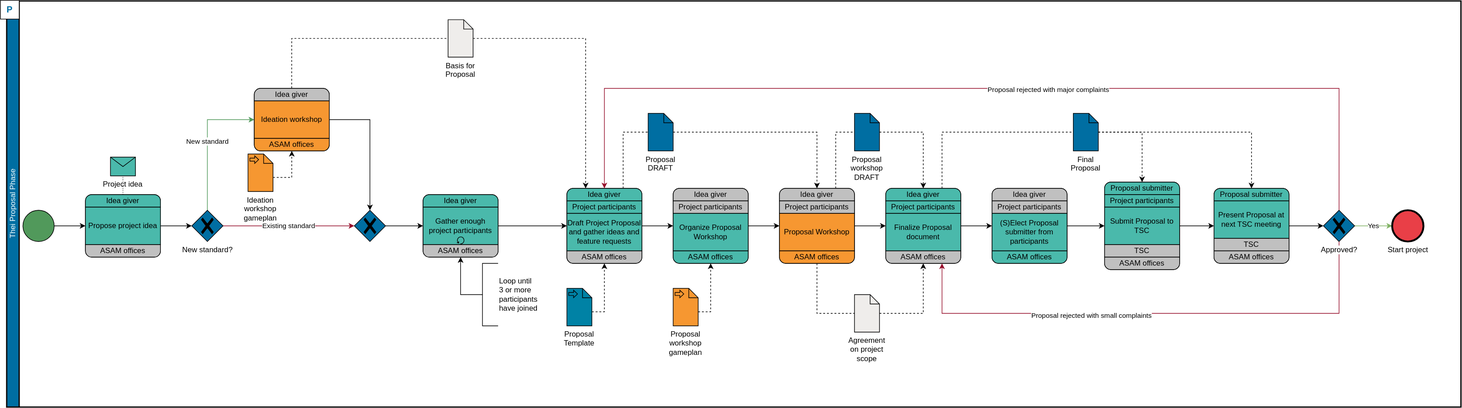
This is doc/modules/standardization/assets/images/proposal_phase_v2.drawio.svg from asam-ev/asam-project-guide, a draw.io export, as it was before one commit. Source tidied: cells renumbered, new cells last; positions are measured from the earlier drawing's top-left corner, leaving out a move shared by most shapes.
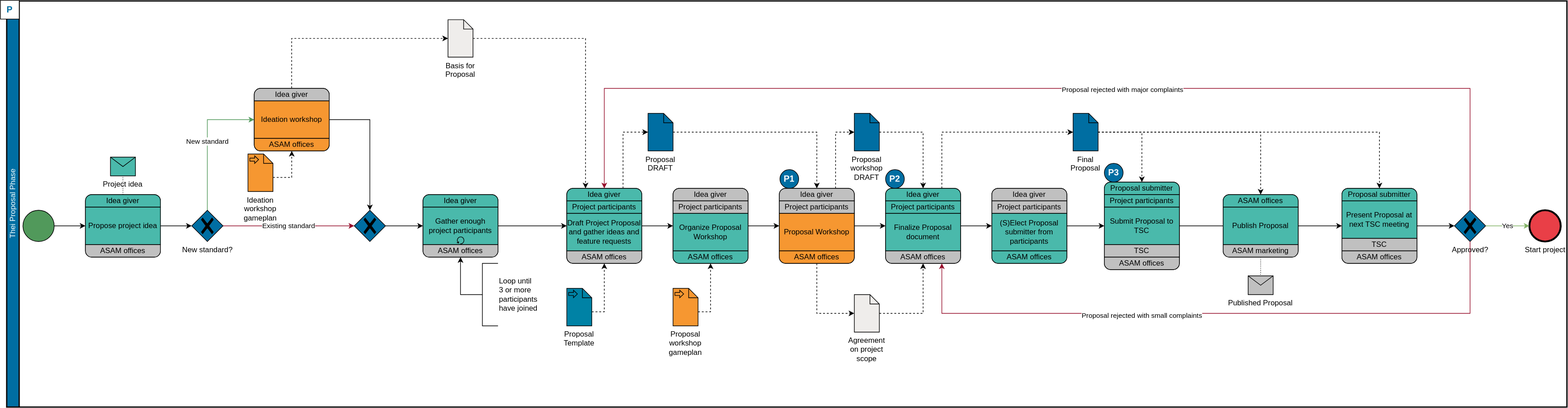
After the change.

What changed in the source:
```diff
@@ -3,11 +3,68 @@
     <mxCell id="0" />
     <mxCell id="1" parent="0" />
     <mxCell id="2" value="Thei Proposal Phase" style="swimlane;html=1;startSize=20;fontStyle=0;horizontal=0;swimlaneLine=1;swimlaneFillColor=#ffffff;strokeWidth=2;fillColor=#006EA2;fontColor=#F5FDFF;" parent="1" vertex="1">
-      <mxGeometry x="10" y="1" width="2326" height="650" as="geometry" />
+      <mxGeometry x="10" y="1" width="2496" height="650" as="geometry" />
     </mxCell>
     <mxCell id="3" value="P" style="whiteSpace=wrap;html=1;fontColor=#006EA2;fillColor=#FFFFFF;fontSize=14;fontStyle=1;" parent="2" vertex="1">
       <mxGeometry x="-10" y="-1" width="30" height="30" as="geometry" />
     </mxCell>
+    <mxCell id="102" value="P1" style="ellipse;whiteSpace=wrap;html=1;fontSize=14;fontColor=#FFFFFF;fillColor=#006EA2;fontStyle=1;" parent="2" vertex="1">
+      <mxGeometry x="1237" y="270" width="30" height="30" as="geometry" />
+    </mxCell>
+    <mxCell id="103" value="P2" style="ellipse;whiteSpace=wrap;html=1;fontSize=14;fontColor=#FFFFFF;fillColor=#006EA2;fontStyle=1;" parent="2" vertex="1">
+      <mxGeometry x="1406" y="270" width="30" height="30" as="geometry" />
+    </mxCell>
+    <mxCell id="104" value="P3" style="ellipse;whiteSpace=wrap;html=1;fontSize=14;fontColor=#FFFFFF;fillColor=#006EA2;fontStyle=1;" parent="2" vertex="1">
+      <mxGeometry x="1756" y="260" width="30" height="30" as="geometry" />
+    </mxCell>
+    <mxCell id="101" value="Start project" style="points=[[0.145,0.145,0],[0.5,0,0],[0.855,0.145,0],[1,0.5,0],[0.855,0.855,0],[0.5,1,0],[0.145,0.855,0],[0,0.5,0]];shape=mxgraph.bpmn.event;html=1;verticalLabelPosition=bottom;labelBackgroundColor=#ffffff;verticalAlign=top;align=center;perimeter=ellipsePerimeter;outlineConnect=0;outline=end;symbol=terminate2;fillColor=#E93F47;" parent="2" vertex="1">
+      <mxGeometry x="2436" y="335" width="50" height="50" as="geometry" />
+    </mxCell>
+    <mxCell id="100" value="Approved?" style="points=[[0.25,0.25,0],[0.5,0,0],[0.75,0.25,0],[1,0.5,0],[0.75,0.75,0],[0.5,1,0],[0.25,0.75,0],[0,0.5,0]];shape=mxgraph.bpmn.gateway2;html=1;verticalLabelPosition=bottom;labelBackgroundColor=#ffffff;verticalAlign=top;align=center;perimeter=rhombusPerimeter;outlineConnect=0;outline=none;symbol=none;gwType=exclusive;fillColor=#006EA2;" parent="2" vertex="1">
+      <mxGeometry x="2316" y="335" width="50" height="50" as="geometry" />
+    </mxCell>
+    <mxCell id="95" value="Yes" style="edgeStyle=orthogonalEdgeStyle;rounded=0;jettySize=auto;html=1;exitX=1;exitY=0.5;exitDx=0;exitDy=0;exitPerimeter=0;fillColor=#d5e8d4;strokeColor=#82b366;startArrow=none;" parent="2" edge="1" source="100" target="101">
+      <mxGeometry relative="1" as="geometry" />
+    </mxCell>
+    <mxCell id="83" value="Draft Project Proposal, gather ideas and feature requests" style="rounded=1;whiteSpace=wrap;html=1;absoluteArcSize=1;arcSize=20;horizontal=1;fillColor=#4AB9AB;" parent="2" vertex="1">
+      <mxGeometry x="2136" y="300" width="120" height="120" as="geometry" />
+    </mxCell>
+    <mxCell id="84" value="Proposal submitter" style="whiteSpace=wrap;html=1;shape=mxgraph.basic.rect;size=10;rectStyle=rounded;bottomRightStyle=square;bottomLeftStyle=square;fillColor=#4AB9AB;" parent="83" vertex="1">
+      <mxGeometry width="120" height="20" as="geometry" />
+    </mxCell>
+    <mxCell id="85" value="Present Proposal at next TSC meeting" style="shape=mxgraph.bpmn.task;taskMarker=abstract;whiteSpace=wrap;fillColor=#4AB9AB;" parent="83" vertex="1">
+      <mxGeometry y="20" width="120" height="60" as="geometry" />
+    </mxCell>
+    <mxCell id="86" value="TSC" style="shape=mxgraph.bpmn.task;taskMarker=abstract;rectStyle=square;fillColor=#C0C0C0;whiteSpace=wrap;" parent="83" vertex="1">
+      <mxGeometry y="80" width="120" height="20" as="geometry" />
+    </mxCell>
+    <mxCell id="87" value="ASAM offices" style="whiteSpace=wrap;html=1;shape=mxgraph.basic.rect;size=10;rectStyle=rounded;topRightStyle=square;topLeftStyle=square;fillColor=#C0C0C0;" parent="83" vertex="1">
+      <mxGeometry y="100" width="120" height="20" as="geometry" />
+    </mxCell>
+    <mxCell id="82" style="edgeStyle=orthogonalEdgeStyle;rounded=0;jettySize=auto;html=1;exitX=1;exitY=0.5;exitDx=0;exitDy=0;" parent="2" edge="1" source="83" target="100">
+      <mxGeometry relative="1" as="geometry" />
+    </mxCell>
+    <mxCell id="105" value="Draft Project Proposal, gather ideas and feature requests" style="rounded=1;whiteSpace=wrap;html=1;absoluteArcSize=1;arcSize=20;horizontal=1;fillColor=#4AB9AB;" parent="2" vertex="1">
+      <mxGeometry x="1946" y="310" width="120" height="100" as="geometry" />
+    </mxCell>
+    <mxCell id="106" value="ASAM offices" style="whiteSpace=wrap;html=1;shape=mxgraph.basic.rect;size=10;rectStyle=rounded;bottomRightStyle=square;bottomLeftStyle=square;fillColor=#4AB9AB;" parent="105" vertex="1">
+      <mxGeometry width="120" height="20" as="geometry" />
+    </mxCell>
+    <mxCell id="107" value="Publish Proposal" style="shape=mxgraph.bpmn.task;taskMarker=abstract;whiteSpace=wrap;fillColor=#4AB9AB;" parent="105" vertex="1">
+      <mxGeometry y="20" width="120" height="60" as="geometry" />
+    </mxCell>
+    <mxCell id="108" value="ASAM marketing" style="whiteSpace=wrap;html=1;shape=mxgraph.basic.rect;size=10;rectStyle=rounded;topRightStyle=square;topLeftStyle=square;fillColor=#C0C0C0;" parent="105" vertex="1">
+      <mxGeometry y="80" width="120" height="20" as="geometry" />
+    </mxCell>
+    <mxCell id="75" style="edgeStyle=orthogonalEdgeStyle;rounded=0;jettySize=auto;html=1;exitX=1;exitY=0.5;exitDx=0;exitDy=0;startArrow=none;" parent="2" edge="1" source="105" target="83">
+      <mxGeometry relative="1" as="geometry" />
+    </mxCell>
+    <mxCell id="109" value="Published Proposal" style="shape=message;fillColor=#C0C0C0;fontSize=12;fontColor=#000000;labelPosition=center;verticalLabelPosition=bottom;align=center;verticalAlign=top;" parent="2" vertex="1">
+      <mxGeometry x="1986" y="440" width="40" height="30" as="geometry" />
+    </mxCell>
+    <mxCell id="110" style="edgeStyle=orthogonalEdgeStyle;html=1;elbow=horizontal;endArrow=none;labelBackgroundColor=none;endSize=12;endFill=0;dashed=1;dashPattern=1 2;exitX=0.5;exitY=1;rounded=0;fontSize=14;fontColor=#FFFFFF;strokeColor=#000000;exitDx=0;exitDy=0;" parent="2" edge="1" source="105" target="109">
+      <mxGeometry relative="1" as="geometry" />
+    </mxCell>
     <mxCell id="4" value="New standard" style="edgeStyle=orthogonalEdgeStyle;rounded=0;jettySize=auto;html=1;exitX=0.5;exitY=0;exitDx=0;exitDy=0;exitPerimeter=0;entryX=0;entryY=0.5;entryDx=0;entryDy=0;fillColor=#d5e8d4;strokeColor=#51995B;" parent="1" edge="1" source="6" target="26">
       <mxGeometry relative="1" as="geometry" />
     </mxCell>
@@ -17,7 +74,7 @@
     <mxCell id="6" value="New standard?" style="points=[[0.25,0.25,0],[0.5,0,0],[0.75,0.25,0],[1,0.5,0],[0.75,0.75,0],[0.5,1,0],[0.25,0.75,0],[0,0.5,0]];shape=mxgraph.bpmn.gateway2;html=1;verticalLabelPosition=bottom;labelBackgroundColor=#ffffff;verticalAlign=top;align=center;perimeter=rhombusPerimeter;outlineConnect=0;outline=none;symbol=none;gwType=exclusive;fillColor=#006EA2;" parent="1" vertex="1">
       <mxGeometry x="306" y="336" width="50" height="50" as="geometry" />
     </mxCell>
-    <mxCell id="7" style="edgeStyle=orthogonalEdgeStyle;rounded=0;jettySize=auto;html=1;entryX=0;entryY=0.5;entryDx=0;entryDy=0;entryPerimeter=0;exitX=0.499;exitY=-0.018;exitDx=0;exitDy=0;exitPerimeter=0;dashed=1;endArrow=none;endFill=0;" parent="1" edge="1" source="27" target="15">
+    <mxCell id="7" style="edgeStyle=orthogonalEdgeStyle;rounded=0;jettySize=auto;html=1;entryX=0;entryY=0.5;entryDx=0;entryDy=0;entryPerimeter=0;exitX=0.499;exitY=-0.018;exitDx=0;exitDy=0;exitPerimeter=0;dashed=1;endArrow=classic;endFill=1;" parent="1" edge="1" source="27" target="15">
       <mxGeometry relative="1" as="geometry" />
     </mxCell>
     <mxCell id="8" style="edgeStyle=orthogonalEdgeStyle;rounded=0;jettySize=auto;html=1;exitX=1;exitY=0.5;exitDx=0;exitDy=0;exitPerimeter=0;entryX=0;entryY=0.5;entryDx=0;entryDy=0;" parent="1" edge="1" source="9" target="31">
@@ -129,7 +186,7 @@
     <mxCell id="42" value="Proposal Template" style="shape=mxgraph.bpmn.data;labelPosition=center;verticalLabelPosition=bottom;align=center;verticalAlign=top;whiteSpace=wrap;size=15;html=1;bpmnTransferType=input;fillColor=#0082A5;" parent="1" vertex="1">
       <mxGeometry x="906" y="461" width="40" height="60" as="geometry" />
     </mxCell>
-    <mxCell id="43" style="edgeStyle=orthogonalEdgeStyle;rounded=0;jettySize=auto;html=1;exitX=0.75;exitY=0;exitDx=0;exitDy=0;entryX=0;entryY=0.5;entryDx=0;entryDy=0;entryPerimeter=0;dashed=1;endArrow=none;endFill=0;" parent="1" edge="1" source="36" target="45">
+    <mxCell id="43" style="edgeStyle=orthogonalEdgeStyle;rounded=0;jettySize=auto;html=1;exitX=0.75;exitY=0;exitDx=0;exitDy=0;entryX=0;entryY=0.5;entryDx=0;entryDy=0;entryPerimeter=0;dashed=1;endArrow=classic;endFill=1;" parent="1" edge="1" source="36" target="45">
       <mxGeometry relative="1" as="geometry" />
     </mxCell>
     <mxCell id="44" style="edgeStyle=orthogonalEdgeStyle;rounded=0;jettySize=auto;html=1;entryX=0.5;entryY=0;entryDx=0;entryDy=0;dashed=1;" parent="1" edge="1" source="45" target="55">
@@ -159,10 +216,10 @@
     <mxCell id="52" style="edgeStyle=orthogonalEdgeStyle;rounded=0;jettySize=auto;html=1;exitX=1;exitY=0.5;exitDx=0;exitDy=0;" parent="1" edge="1" source="55" target="64">
       <mxGeometry relative="1" as="geometry" />
     </mxCell>
-    <mxCell id="53" style="edgeStyle=orthogonalEdgeStyle;rounded=0;jettySize=auto;html=1;exitX=0.75;exitY=0;exitDx=0;exitDy=0;entryX=0;entryY=0.5;entryDx=0;entryDy=0;entryPerimeter=0;dashed=1;endArrow=none;endFill=0;" parent="1" edge="1" source="55" target="91">
+    <mxCell id="53" style="edgeStyle=orthogonalEdgeStyle;rounded=0;jettySize=auto;html=1;exitX=0.75;exitY=0;exitDx=0;exitDy=0;entryX=0;entryY=0.5;entryDx=0;entryDy=0;entryPerimeter=0;dashed=1;endArrow=classic;endFill=1;" parent="1" edge="1" source="55" target="91">
       <mxGeometry relative="1" as="geometry" />
     </mxCell>
-    <mxCell id="54" style="edgeStyle=orthogonalEdgeStyle;rounded=0;jettySize=auto;html=1;exitX=0.5;exitY=1;exitDx=0;exitDy=0;entryX=0;entryY=0.5;entryDx=0;entryDy=0;entryPerimeter=0;dashed=1;endArrow=none;endFill=0;" parent="1" edge="1" source="55" target="89">
+    <mxCell id="54" style="edgeStyle=orthogonalEdgeStyle;rounded=0;jettySize=auto;html=1;exitX=0.5;exitY=1;exitDx=0;exitDy=0;entryX=0;entryY=0.5;entryDx=0;entryDy=0;entryPerimeter=0;dashed=1;endArrow=classic;endFill=1;" parent="1" edge="1" source="55" target="89">
       <mxGeometry relative="1" as="geometry" />
     </mxCell>
     <mxCell id="55" value="Draft Project Proposal, gather ideas and feature requests" style="rounded=1;whiteSpace=wrap;html=1;absoluteArcSize=1;arcSize=20;horizontal=1;fillColor=#4AB9AB;" parent="1" vertex="1">
@@ -189,7 +246,7 @@
     <mxCell id="62" style="edgeStyle=orthogonalEdgeStyle;rounded=0;jettySize=auto;html=1;exitX=1;exitY=0.5;exitDx=0;exitDy=0;" parent="1" edge="1" source="64" target="70">
       <mxGeometry relative="1" as="geometry" />
     </mxCell>
-    <mxCell id="63" style="edgeStyle=orthogonalEdgeStyle;rounded=0;jettySize=auto;html=1;exitX=0.75;exitY=0;exitDx=0;exitDy=0;entryX=0;entryY=0.5;entryDx=0;entryDy=0;entryPerimeter=0;dashed=1;endArrow=none;endFill=0;" parent="1" edge="1" source="64" target="94">
+    <mxCell id="63" style="edgeStyle=orthogonalEdgeStyle;rounded=0;jettySize=auto;html=1;exitX=0.75;exitY=0;exitDx=0;exitDy=0;entryX=0;entryY=0.5;entryDx=0;entryDy=0;entryPerimeter=0;dashed=1;endArrow=classic;endFill=1;" parent="1" edge="1" source="64" target="94">
       <mxGeometry relative="1" as="geometry" />
     </mxCell>
     <mxCell id="64" value="Draft Project Proposal, gather ideas and feature requests" style="rounded=1;whiteSpace=wrap;html=1;absoluteArcSize=1;arcSize=20;horizontal=1;fillColor=#4AB9AB;" parent="1" vertex="1">
@@ -225,9 +282,6 @@
     <mxCell id="74" value="ASAM offices" style="whiteSpace=wrap;html=1;shape=mxgraph.basic.rect;size=10;rectStyle=rounded;topRightStyle=square;topLeftStyle=square;fillColor=#4AB9AB;" parent="70" vertex="1">
       <mxGeometry y="100" width="120" height="20" as="geometry" />
     </mxCell>
-    <mxCell id="75" style="edgeStyle=orthogonalEdgeStyle;rounded=0;jettySize=auto;html=1;exitX=1;exitY=0.5;exitDx=0;exitDy=0;" parent="1" edge="1" source="76" target="83">
-      <mxGeometry relative="1" as="geometry" />
-    </mxCell>
     <mxCell id="76" value="Draft Project Proposal, gather ideas and feature requests" style="rounded=1;whiteSpace=wrap;html=1;absoluteArcSize=1;arcSize=20;horizontal=1;fillColor=#4AB9AB;" parent="1" vertex="1">
       <mxGeometry x="1766" y="291" width="120" height="140" as="geometry" />
     </mxCell>
@@ -246,24 +300,6 @@
     <mxCell id="81" value="ASAM offices" style="whiteSpace=wrap;html=1;shape=mxgraph.basic.rect;size=10;rectStyle=rounded;topRightStyle=square;topLeftStyle=square;fillColor=#C0C0C0;" parent="76" vertex="1">
       <mxGeometry y="120" width="120" height="20" as="geometry" />
     </mxCell>
-    <mxCell id="82" style="edgeStyle=orthogonalEdgeStyle;rounded=0;jettySize=auto;html=1;exitX=1;exitY=0.5;exitDx=0;exitDy=0;" parent="1" edge="1" source="83" target="100">
-      <mxGeometry relative="1" as="geometry" />
-    </mxCell>
-    <mxCell id="83" value="Draft Project Proposal, gather ideas and feature requests" style="rounded=1;whiteSpace=wrap;html=1;absoluteArcSize=1;arcSize=20;horizontal=1;fillColor=#4AB9AB;" parent="1" vertex="1">
-      <mxGeometry x="1941" y="301" width="120" height="120" as="geometry" />
-    </mxCell>
-    <mxCell id="84" value="Proposal submitter" style="whiteSpace=wrap;html=1;shape=mxgraph.basic.rect;size=10;rectStyle=rounded;bottomRightStyle=square;bottomLeftStyle=square;fillColor=#4AB9AB;" parent="83" vertex="1">
-      <mxGeometry width="120" height="20" as="geometry" />
-    </mxCell>
-    <mxCell id="85" value="Present Proposal at next TSC meeting" style="shape=mxgraph.bpmn.task;taskMarker=abstract;whiteSpace=wrap;fillColor=#4AB9AB;" parent="83" vertex="1">
-      <mxGeometry y="20" width="120" height="60" as="geometry" />
-    </mxCell>
-    <mxCell id="86" value="TSC" style="shape=mxgraph.bpmn.task;taskMarker=abstract;rectStyle=square;fillColor=#C0C0C0;whiteSpace=wrap;" parent="83" vertex="1">
-      <mxGeometry y="80" width="120" height="20" as="geometry" />
-    </mxCell>
-    <mxCell id="87" value="ASAM offices" style="whiteSpace=wrap;html=1;shape=mxgraph.basic.rect;size=10;rectStyle=rounded;topRightStyle=square;topLeftStyle=square;fillColor=#C0C0C0;" parent="83" vertex="1">
-      <mxGeometry y="100" width="120" height="20" as="geometry" />
-    </mxCell>
     <mxCell id="88" style="edgeStyle=orthogonalEdgeStyle;rounded=0;jettySize=auto;html=1;entryX=0.5;entryY=1;entryDx=0;entryDy=0;dashed=1;" parent="1" edge="1" source="89" target="64">
       <mxGeometry relative="1" as="geometry" />
     </mxCell>
@@ -285,13 +321,10 @@
     <mxCell id="94" value="Final Proposal" style="shape=mxgraph.bpmn.data;labelPosition=center;verticalLabelPosition=bottom;align=center;verticalAlign=top;whiteSpace=wrap;size=15;html=1;fillColor=#006EA2;" parent="1" vertex="1">
       <mxGeometry x="1716" y="181" width="40" height="60" as="geometry" />
     </mxCell>
-    <mxCell id="95" value="Yes" style="edgeStyle=orthogonalEdgeStyle;rounded=0;jettySize=auto;html=1;exitX=1;exitY=0.5;exitDx=0;exitDy=0;exitPerimeter=0;fillColor=#d5e8d4;strokeColor=#82b366;" parent="1" edge="1" source="100" target="101">
-      <mxGeometry relative="1" as="geometry" />
-    </mxCell>
     <mxCell id="96" style="edgeStyle=orthogonalEdgeStyle;rounded=0;jettySize=auto;html=1;exitX=0.5;exitY=0;exitDx=0;exitDy=0;exitPerimeter=0;entryX=0.5;entryY=0;entryDx=0;entryDy=0;strokeColor=#960E2B;" parent="1" edge="1" source="100" target="36">
       <mxGeometry relative="1" as="geometry">
         <Array as="points">
-          <mxPoint x="2141" y="141" />
+          <mxPoint x="2351" y="141" />
           <mxPoint x="966" y="141" />
         </Array>
       </mxGeometry>
@@ -302,7 +335,7 @@
     <mxCell id="98" style="edgeStyle=orthogonalEdgeStyle;rounded=0;jettySize=auto;html=1;exitX=0.5;exitY=1;exitDx=0;exitDy=0;exitPerimeter=0;entryX=0.75;entryY=1;entryDx=0;entryDy=0;strokeColor=#960E2B;" parent="1" edge="1" source="100" target="64">
       <mxGeometry relative="1" as="geometry">
         <Array as="points">
-          <mxPoint x="2141" y="501" />
+          <mxPoint x="2351" y="501" />
           <mxPoint x="1506" y="501" />
         </Array>
       </mxGeometry>
@@ -310,11 +343,11 @@
     <mxCell id="99" value="Proposal rejected with small complaints" style="edgeLabel;html=1;align=center;verticalAlign=middle;" parent="98" vertex="1">
       <mxGeometry x="0.23" y="4" relative="1" as="geometry" />
     </mxCell>
-    <mxCell id="100" value="Approved?" style="points=[[0.25,0.25,0],[0.5,0,0],[0.75,0.25,0],[1,0.5,0],[0.75,0.75,0],[0.5,1,0],[0.25,0.75,0],[0,0.5,0]];shape=mxgraph.bpmn.gateway2;html=1;verticalLabelPosition=bottom;labelBackgroundColor=#ffffff;verticalAlign=top;align=center;perimeter=rhombusPerimeter;outlineConnect=0;outline=none;symbol=none;gwType=exclusive;fillColor=#006EA2;" parent="1" vertex="1">
-      <mxGeometry x="2116" y="336" width="50" height="50" as="geometry" />
-    </mxCell>
-    <mxCell id="101" value="Start project" style="points=[[0.145,0.145,0],[0.5,0,0],[0.855,0.145,0],[1,0.5,0],[0.855,0.855,0],[0.5,1,0],[0.145,0.855,0],[0,0.5,0]];shape=mxgraph.bpmn.event;html=1;verticalLabelPosition=bottom;labelBackgroundColor=#ffffff;verticalAlign=top;align=center;perimeter=ellipsePerimeter;outlineConnect=0;outline=end;symbol=terminate2;fillColor=#E93F47;" parent="1" vertex="1">
-      <mxGeometry x="2226" y="336" width="50" height="50" as="geometry" />
-    </mxCell>
+    <mxCell id="111" style="edgeStyle=orthogonalEdgeStyle;rounded=0;jettySize=auto;html=1;exitX=1;exitY=0.5;exitDx=0;exitDy=0;endArrow=none;" parent="1" edge="1" source="76" target="105">
+      <mxGeometry relative="1" as="geometry" />
+    </mxCell>
+    <mxCell id="112" style="edgeStyle=orthogonalEdgeStyle;rounded=0;jettySize=auto;html=1;entryX=0.5;entryY=0;entryDx=0;entryDy=0;dashed=1;" parent="1" edge="1" source="94" target="105">
+      <mxGeometry relative="1" as="geometry" />
+    </mxCell>
   </root>
 </mxGraphModel>
```
